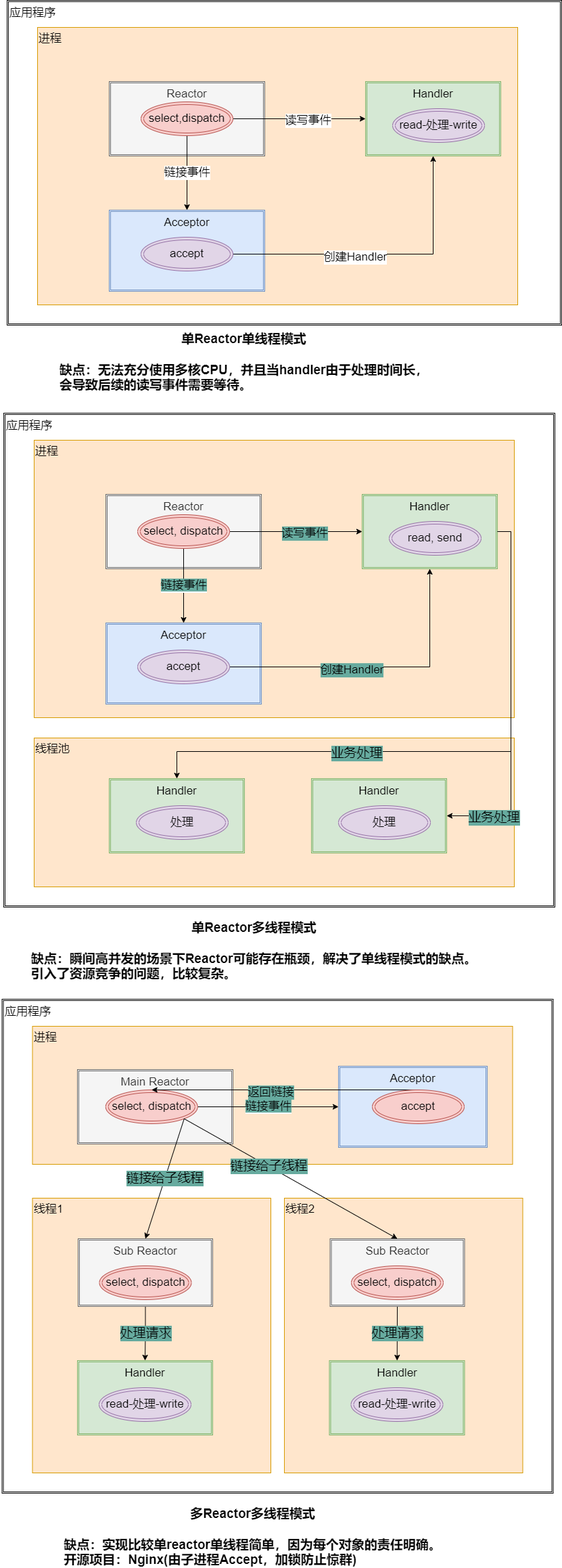
Before: Reactor.drawio.png, a diagram exported from draw.io (muxicode/c153080686). Source tidied: cells renumbered, new cells last; positions are measured from the earlier drawing's top-left corner, leaving out a move shared by most shapes.
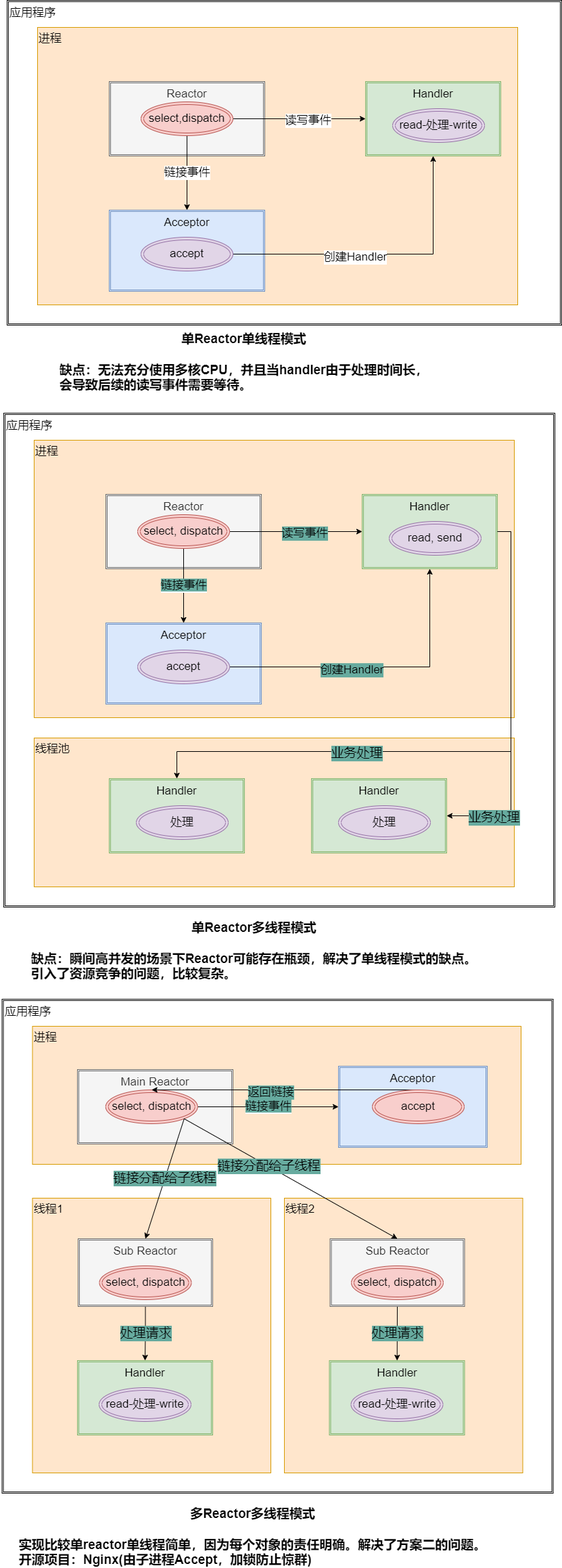
Later version of the same file.

What changed in the source:
```diff
@@ -123,7 +123,7 @@
       <mxGeometry x="2.5" y="1476" width="815" height="730" as="geometry" />
     </mxCell>
     <mxCell id="40" value="进程" style="rounded=0;whiteSpace=wrap;html=1;fontSize=17;verticalAlign=top;fillColor=#ffe6cc;strokeColor=#d79b00;align=left;" parent="1" vertex="1">
-      <mxGeometry x="47.5" y="1516" width="710" height="204" as="geometry" />
+      <mxGeometry x="47.5" y="1516" width="722.5" height="204" as="geometry" />
     </mxCell>
     <mxCell id="41" value="Main Reactor" style="shape=ext;double=1;rounded=0;whiteSpace=wrap;html=1;fontSize=17;verticalAlign=top;fillColor=#f5f5f5;fontColor=#333333;strokeColor=#666666;" parent="1" vertex="1">
       <mxGeometry x="114" y="1580" width="230" height="110" as="geometry" />
@@ -137,7 +137,7 @@
     <mxCell id="44" value="select, dispatch" style="ellipse;shape=doubleEllipse;whiteSpace=wrap;html=1;fontSize=17;fillColor=#f8cecc;strokeColor=#b85450;" parent="1" vertex="1">
       <mxGeometry x="155.8" y="1610" width="136" height="50" as="geometry" />
     </mxCell>
-    <mxCell id="45" value="&lt;div style=&quot;&quot;&gt;&lt;span style=&quot;background-color: initial;&quot;&gt;多Reactor多线程模式&lt;/span&gt;&lt;/div&gt;&lt;br&gt;&lt;div style=&quot;text-align: left;&quot;&gt;&lt;span style=&quot;background-color: initial;&quot;&gt;缺点：实现比较单reactor单线程简单，因为每个对象的责任明确。&lt;/span&gt;&lt;/div&gt;&lt;div style=&quot;text-align: left;&quot;&gt;&lt;span style=&quot;background-color: initial;&quot;&gt;开源项目：Nginx(由子进程Accept，加锁防止惊群)&lt;/span&gt;&lt;/div&gt;" style="text;strokeColor=none;fillColor=none;html=1;fontSize=19;fontStyle=1;verticalAlign=middle;align=center;" parent="1" vertex="1">
+    <mxCell id="45" value="&lt;div style=&quot;&quot;&gt;&lt;span style=&quot;background-color: initial;&quot;&gt;多Reactor多线程模式&lt;/span&gt;&lt;/div&gt;&lt;br&gt;&lt;div style=&quot;text-align: left;&quot;&gt;&lt;span style=&quot;background-color: initial;&quot;&gt;实现比较单reactor单线程简单，因为每个对象的责任明确。解决了方案二的问题。&lt;/span&gt;&lt;/div&gt;&lt;div style=&quot;text-align: left;&quot;&gt;&lt;span style=&quot;background-color: initial;&quot;&gt;开源项目：Nginx(由子进程Accept，加锁防止惊群)&lt;/span&gt;&lt;/div&gt;" style="text;strokeColor=none;fillColor=none;html=1;fontSize=19;fontStyle=1;verticalAlign=middle;align=center;" parent="1" vertex="1">
       <mxGeometry x="12.5" y="2226" width="720" height="90" as="geometry" />
     </mxCell>
     <mxCell id="46" value="线程1" style="rounded=0;whiteSpace=wrap;html=1;fontSize=17;verticalAlign=top;fillColor=#ffe6cc;strokeColor=#d79b00;align=left;" parent="1" vertex="1">
@@ -185,13 +185,13 @@
     <mxCell id="60" value="select, dispatch" style="ellipse;shape=doubleEllipse;whiteSpace=wrap;html=1;fontSize=17;fillColor=#f8cecc;strokeColor=#b85450;" parent="1" vertex="1">
       <mxGeometry x="519" y="1870" width="136" height="50" as="geometry" />
     </mxCell>
-    <mxCell id="61" value="&lt;font color=&quot;#000000&quot;&gt;链接给子线程&lt;/font&gt;" style="edgeStyle=none;rounded=0;jumpStyle=none;jettySize=auto;html=1;exitX=1;exitY=1;exitDx=0;exitDy=0;entryX=0.5;entryY=0;entryDx=0;entryDy=0;labelBackgroundColor=#67AB9F;fontSize=19;fontColor=#E6D0DE;" parent="1" edge="1" source="44" target="50">
+    <mxCell id="61" value="&lt;font color=&quot;#000000&quot;&gt;链接分配给子线程&lt;/font&gt;" style="edgeStyle=none;rounded=0;jumpStyle=none;jettySize=auto;html=1;exitX=1;exitY=1;exitDx=0;exitDy=0;entryX=0.5;entryY=0;entryDx=0;entryDy=0;labelBackgroundColor=#67AB9F;fontSize=19;fontColor=#E6D0DE;" parent="1" edge="1" source="44" target="50">
       <mxGeometry relative="1" as="geometry" />
     </mxCell>
     <mxCell id="62" style="rounded=0;jumpStyle=none;jettySize=auto;html=1;exitX=1;exitY=1;exitDx=0;exitDy=0;labelBackgroundColor=#67AB9F;fontSize=19;fontColor=#E6D0DE;entryX=0.5;entryY=0;entryDx=0;entryDy=0;" parent="1" edge="1" source="44" target="59">
       <mxGeometry relative="1" as="geometry" />
     </mxCell>
-    <mxCell id="63" value="链接给子线程" style="edgeLabel;html=1;align=center;verticalAlign=middle;fontSize=19;fontColor=#000000;labelBackgroundColor=#67AB9F;" parent="62" vertex="1">
+    <mxCell id="63" value="链接分配给子线程" style="edgeLabel;html=1;align=center;verticalAlign=middle;fontSize=19;fontColor=#000000;labelBackgroundColor=#67AB9F;" parent="62" vertex="1">
       <mxGeometry x="-0.21" relative="1" as="geometry" />
     </mxCell>
   </root>
```
